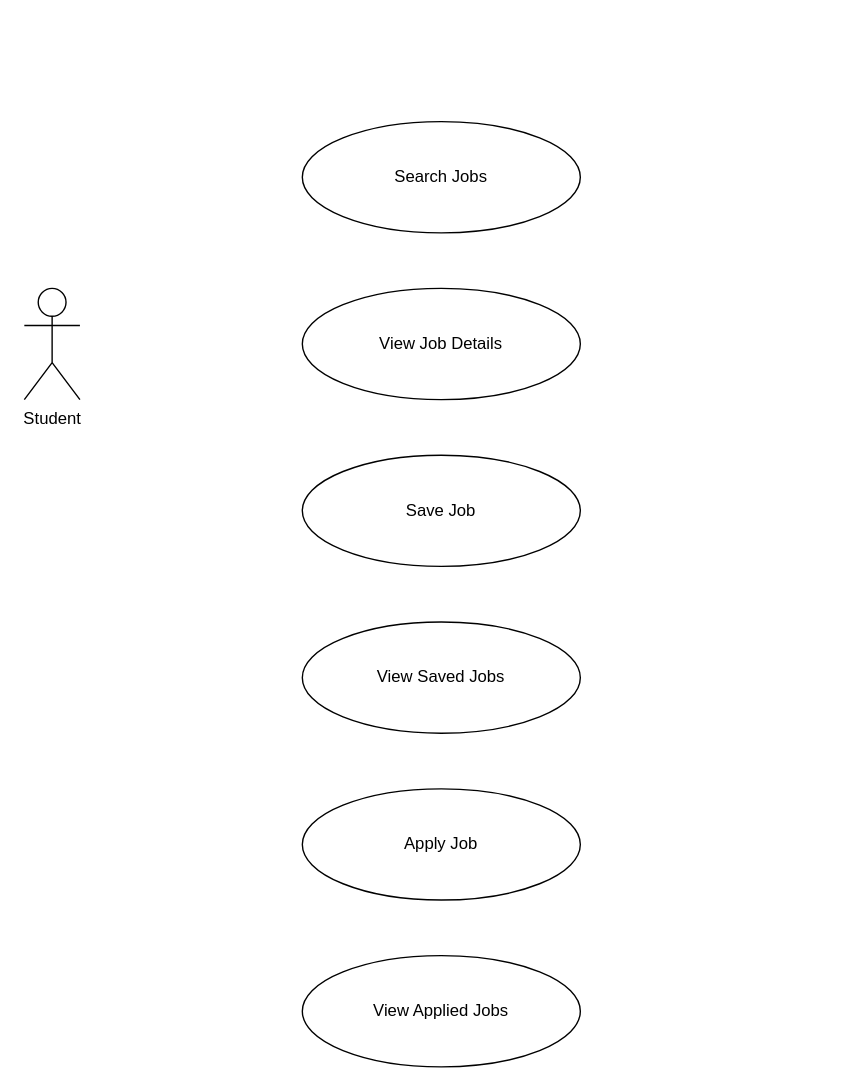
The draw.io diagram 1. Part 1/1. Diagrams/24062219_CM2307_All-Diagrams_2026-08-12.drawio in Marcus-Tipler/java-oo-priciples-and-search-algorithms, before the edit. Source tidied: cells renumbered, new cells numbered last; positions are measured from the earlier drawing's top-left corner, leaving out a move shared by most shapes. Both pictures are drawn from the tidied source at 139%, with x=0, y=0 at pixel (24, 121).
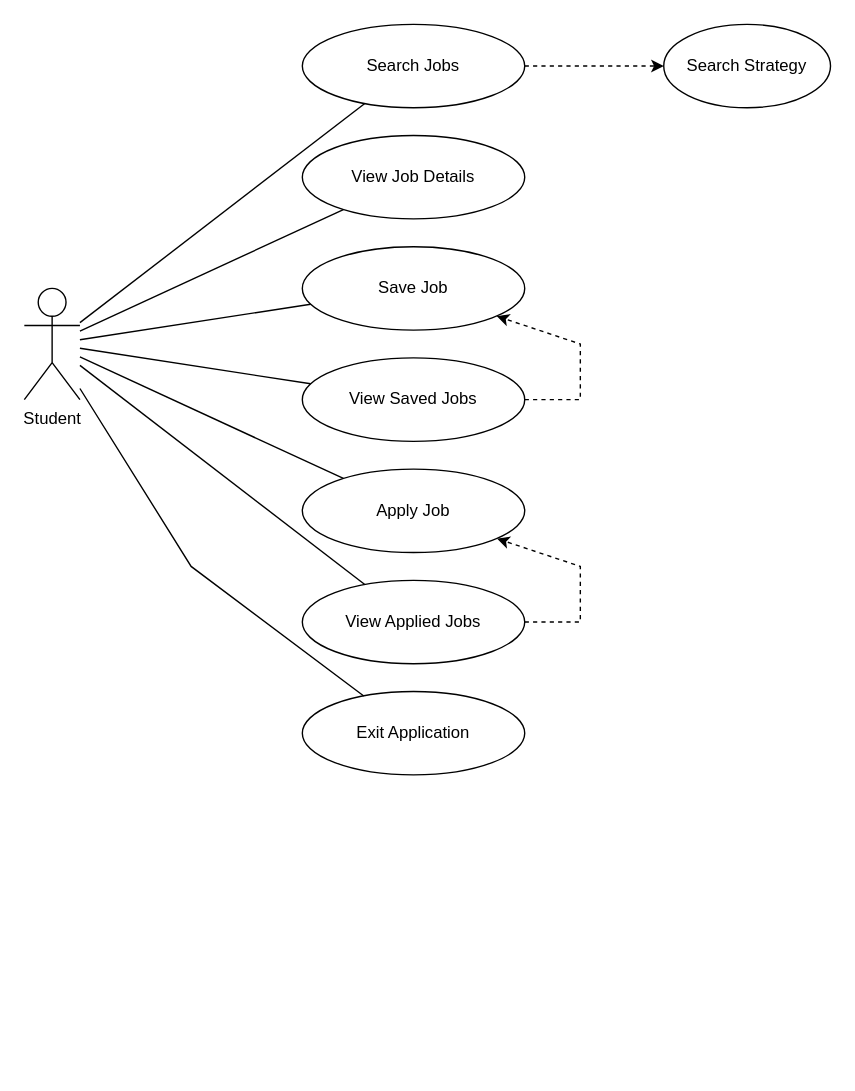
After the change.

Commit message (it also covers changes not shown here):
Fixed upload of Use Case Diagram (didn't save)

The change refers to these unchanged cells:
```xml
<mxCell id="2" value="Student" style="shape=umlActor;verticalLabelPosition=bottom;verticalAlign=top;html=1;outlineConnect=0;" parent="1" vertex="1">
  <mxGeometry y="120" width="40" height="80" as="geometry" />
</mxCell>
```

Change to the diagram source:
```diff
@@
     <mxCell id="3" value="Search Jobs" style="ellipse;whiteSpace=wrap;html=1;" parent="1" vertex="1">
-      <mxGeometry x="200" width="200" height="80" as="geometry" />
+      <mxGeometry x="200" y="-70" width="160" height="60" as="geometry" />
     </mxCell>
     <mxCell id="4" value="View Job Details" style="ellipse;whiteSpace=wrap;html=1;" parent="1" vertex="1">
-      <mxGeometry x="200" y="120" width="200" height="80" as="geometry" />
+      <mxGeometry x="200" y="10" width="160" height="60" as="geometry" />
     </mxCell>
     <mxCell id="5" value="Save Job" style="ellipse;whiteSpace=wrap;html=1;" parent="1" vertex="1">
-      <mxGeometry x="200" y="240" width="200" height="80" as="geometry" />
+      <mxGeometry x="200" y="90" width="160" height="60" as="geometry" />
     </mxCell>
     <mxCell id="6" value="View Saved Jobs" style="ellipse;whiteSpace=wrap;html=1;" parent="1" vertex="1">
-      <mxGeometry x="200" y="360" width="200" height="80" as="geometry" />
+      <mxGeometry x="200" y="170" width="160" height="60" as="geometry" />
     </mxCell>
     <mxCell id="7" value="Apply Job" style="ellipse;whiteSpace=wrap;html=1;" parent="1" vertex="1">
-      <mxGeometry x="200" y="480" width="200" height="80" as="geometry" />
+      <mxGeometry x="200" y="250" width="160" height="60" as="geometry" />
     </mxCell>
     <mxCell id="8" value="View Applied Jobs" style="ellipse;whiteSpace=wrap;html=1;" parent="1" vertex="1">
-      <mxGeometry x="200" y="600" width="200" height="80" as="geometry" />
+      <mxGeometry x="200" y="330" width="160" height="60" as="geometry" />
     </mxCell>
+    <mxCell id="9" value="Search Strategy" style="ellipse;whiteSpace=wrap;html=1;" parent="1" vertex="1">
+      <mxGeometry x="460" y="-70" width="120" height="60" as="geometry" />
+    </mxCell>
+    <mxCell id="10" style="endArrow=classic;html=1;rounded=0;dashed=1;" parent="1" edge="1" source="3" target="9">
+      <mxGeometry relative="1" as="geometry" />
+    </mxCell>
+    <mxCell id="11" style="endArrow=none;html=1;rounded=0;" parent="1" edge="1" source="2" target="3">
+      <mxGeometry relative="1" as="geometry" />
+    </mxCell>
+    <mxCell id="12" style="endArrow=none;html=1;rounded=0;" parent="1" edge="1" source="2" target="4">
+      <mxGeometry relative="1" as="geometry" />
+    </mxCell>
+    <mxCell id="13" style="endArrow=none;html=1;rounded=0;" parent="1" edge="1" source="2" target="5">
+      <mxGeometry relative="1" as="geometry" />
+    </mxCell>
+    <mxCell id="14" style="endArrow=none;html=1;rounded=0;" parent="1" edge="1" source="2" target="6">
+      <mxGeometry relative="1" as="geometry" />
+    </mxCell>
+    <mxCell id="15" style="endArrow=none;html=1;rounded=0;" parent="1" edge="1" source="2" target="7">
+      <mxGeometry relative="1" as="geometry" />
+    </mxCell>
+    <mxCell id="16" style="endArrow=none;html=1;rounded=0;" parent="1" edge="1" source="2" target="8">
+      <mxGeometry relative="1" as="geometry" />
+    </mxCell>
+    <mxCell id="17" style="endArrow=classic;html=1;rounded=0;dashed=1;" parent="1" edge="1" source="6" target="5">
+      <mxGeometry relative="1" as="geometry">
+        <Array as="points">
+          <mxPoint x="400" y="200" />
+          <mxPoint x="400" y="160" />
+        </Array>
+      </mxGeometry>
+    </mxCell>
+    <mxCell id="18" style="endArrow=classic;html=1;rounded=0;dashed=1;" parent="1" edge="1">
+      <mxGeometry relative="1" as="geometry">
+        <mxPoint x="360" y="360" as="sourcePoint" />
+        <mxPoint x="340" y="300" as="targetPoint" />
+        <Array as="points">
+          <mxPoint x="400" y="360" />
+          <mxPoint x="400" y="320" />
+        </Array>
+      </mxGeometry>
+    </mxCell>
+    <mxCell id="19" value="Exit Application" style="ellipse;whiteSpace=wrap;html=1;" parent="1" vertex="1">
+      <mxGeometry x="200" y="410" width="160" height="60" as="geometry" />
+    </mxCell>
+    <mxCell id="20" style="endArrow=none;html=1;rounded=0;" parent="1" edge="1" source="2" target="19">
+      <mxGeometry relative="1" as="geometry">
+        <Array as="points">
+          <mxPoint x="120" y="320" />
+        </Array>
+      </mxGeometry>
+    </mxCell>
```
